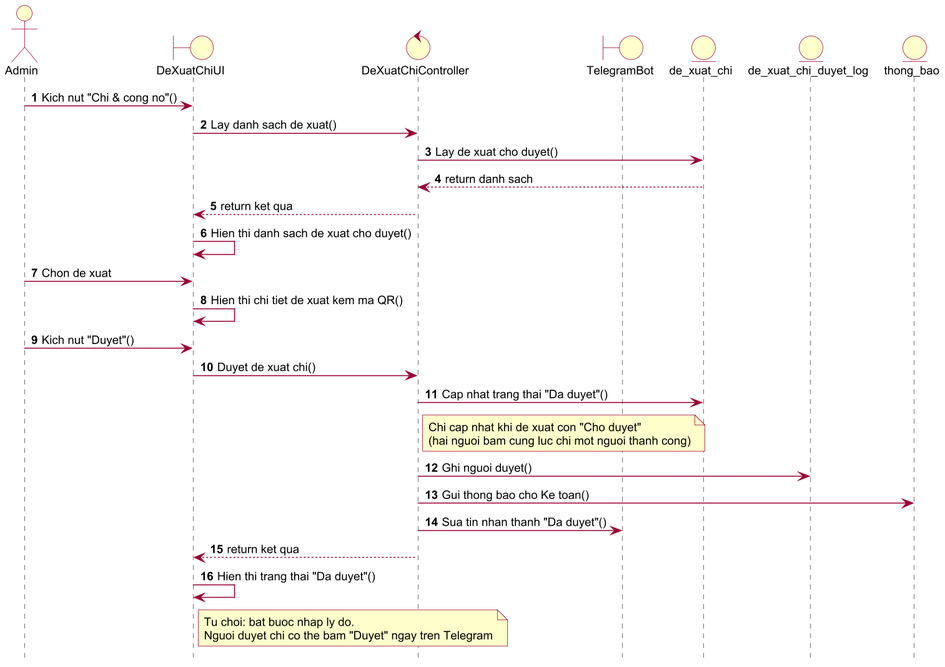
Above: _hinh/puml_rose/png/seq_duyet_chi.png in simunaroo/ERP (PlantUML), before the change. Source of this version:
```plantuml
@startuml seq_duyet_chi
!pragma layout smetana
skinparam dpi 150
skinparam defaultFontName Arial
skinparam defaultFontSize 12
skinparam shadowing false
skinparam ArrowColor #990033
skinparam ActorBorderColor #990033
skinparam ActorBackgroundColor #FFFFCC
skinparam UsecaseBorderColor #990033
skinparam UsecaseBackgroundColor #FFFFCC
skinparam ClassBorderColor #990033
skinparam ClassBackgroundColor #FFFFCC
skinparam ParticipantBorderColor #990033
skinparam ParticipantBackgroundColor #FFFFCC
skinparam BoundaryBackgroundColor #FFFFCC
skinparam BoundaryBorderColor #990033
skinparam ControlBackgroundColor #FFFFCC
skinparam ControlBorderColor #990033
skinparam EntityBackgroundColor #FFFFCC
skinparam EntityBorderColor #990033
skinparam SequenceLifeLineBorderColor #444444
skinparam NoteBackgroundColor #FFFFCC
skinparam NoteBorderColor #990033
skinparam packageStyle rectangle
autonumber
hide footbox
actor "Admin" as U
boundary "DeXuatChiUI" as UI
control "DeXuatChiController" as C
boundary "TelegramBot" as TG
entity "de_xuat_chi" as DX
entity "de_xuat_chi_duyet_log" as LOG
entity "thong_bao" as TB
U -> UI : Kich nut "Chi & cong no"()
UI -> C : Lay danh sach de xuat()
C -> DX : Lay de xuat cho duyet()
DX --> C : return danh sach
C --> UI : return ket qua
UI -> UI : Hien thi danh sach de xuat cho duyet()
U -> UI : Chon de xuat
UI -> UI : Hien thi chi tiet de xuat kem ma QR()
U -> UI : Kich nut "Duyet"()
UI -> C : Duyet de xuat chi()
C -> DX : Cap nhat trang thai "Da duyet"()
note right of C
Chi cap nhat khi de xuat con "Cho duyet"
(hai nguoi bam cung luc chi mot nguoi thanh cong)
end note
C -> LOG : Ghi nguoi duyet()
C -> TB : Gui thong bao cho Ke toan()
C -> TG : Sua tin nhan thanh "Da duyet"()
C --> UI : return ket qua
UI -> UI : Hien thi trang thai "Da duyet"()
note right of UI
Tu choi: bat buoc nhap ly do.
Nguoi duyet chi co the bam "Duyet" ngay tren Telegram
end note
@enduml
```
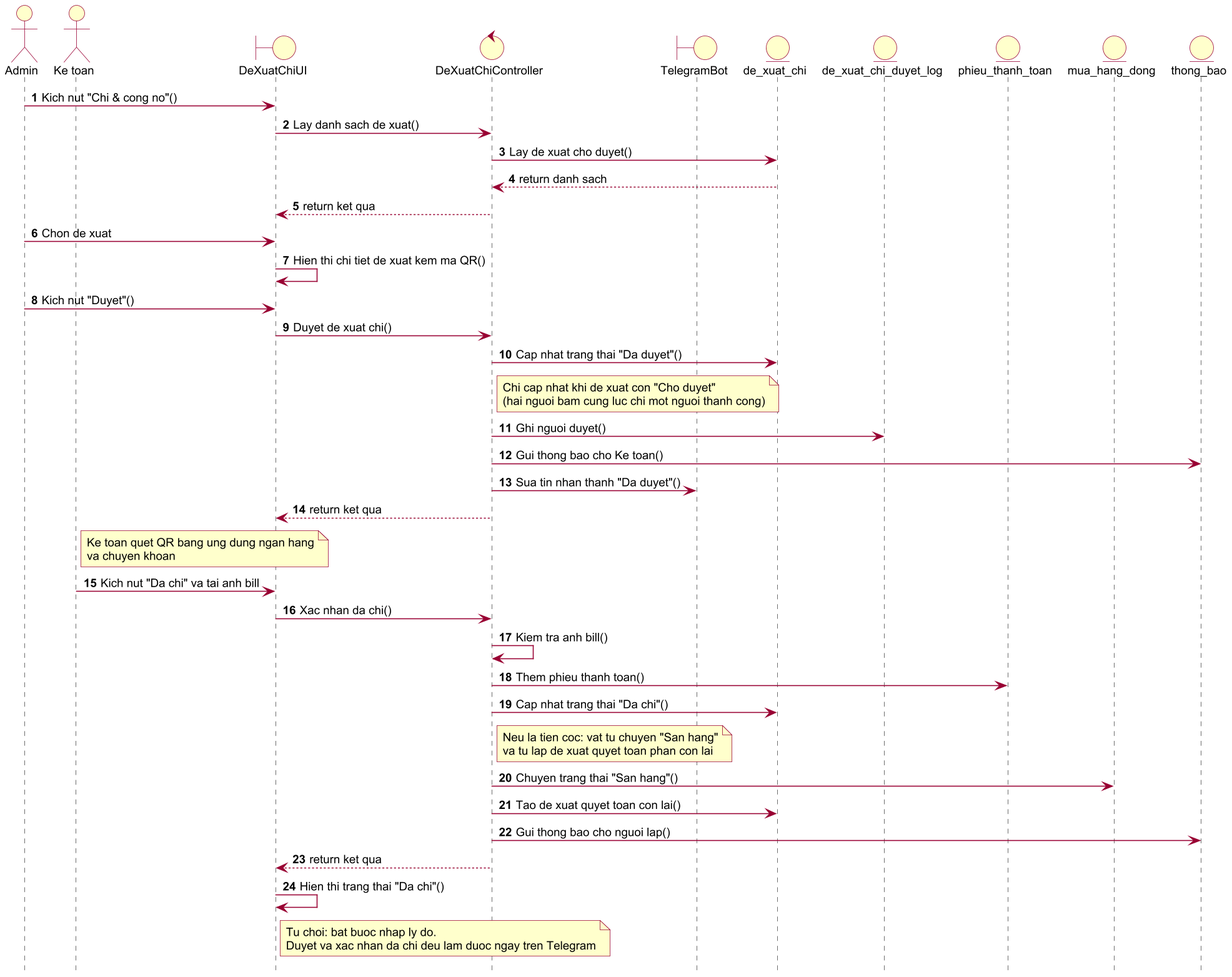
After the change.

Change to the diagram source:
```diff
@@ -26,18 +26,20 @@
 autonumber
 hide footbox
 actor "Admin" as U
+actor "Ke toan" as KT
 boundary "DeXuatChiUI" as UI
 control "DeXuatChiController" as C
 boundary "TelegramBot" as TG
 entity "de_xuat_chi" as DX
 entity "de_xuat_chi_duyet_log" as LOG
+entity "phieu_thanh_toan" as PTT
+entity "mua_hang_dong" as MH
 entity "thong_bao" as TB
 U -> UI : Kich nut "Chi & cong no"()
 UI -> C : Lay danh sach de xuat()
 C -> DX : Lay de xuat cho duyet()
 DX --> C : return danh sach
 C --> UI : return ket qua
-UI -> UI : Hien thi danh sach de xuat cho duyet()
 U -> UI : Chon de xuat
 UI -> UI : Hien thi chi tiet de xuat kem ma QR()
 U -> UI : Kich nut "Duyet"()
@@ -51,9 +53,26 @@
 C -> TB : Gui thong bao cho Ke toan()
 C -> TG : Sua tin nhan thanh "Da duyet"()
 C --> UI : return ket qua
-UI -> UI : Hien thi trang thai "Da duyet"()
+note right of KT
+Ke toan quet QR bang ung dung ngan hang
+va chuyen khoan
+end note
+KT -> UI : Kich nut "Da chi" va tai anh bill
+UI -> C : Xac nhan da chi()
+C -> C : Kiem tra anh bill()
+C -> PTT : Them phieu thanh toan()
+C -> DX : Cap nhat trang thai "Da chi"()
+note right of C
+Neu la tien coc: vat tu chuyen "San hang"
+va tu lap de xuat quyet toan phan con lai
+end note
+C -> MH : Chuyen trang thai "San hang"()
+C -> DX : Tao de xuat quyet toan con lai()
+C -> TB : Gui thong bao cho nguoi lap()
+C --> UI : return ket qua
+UI -> UI : Hien thi trang thai "Da chi"()
 note right of UI
 Tu choi: bat buoc nhap ly do.
-Nguoi duyet chi co the bam "Duyet" ngay tren Telegram
+Duyet va xac nhan da chi deu lam duoc ngay tren Telegram
 end note
 @enduml
```
